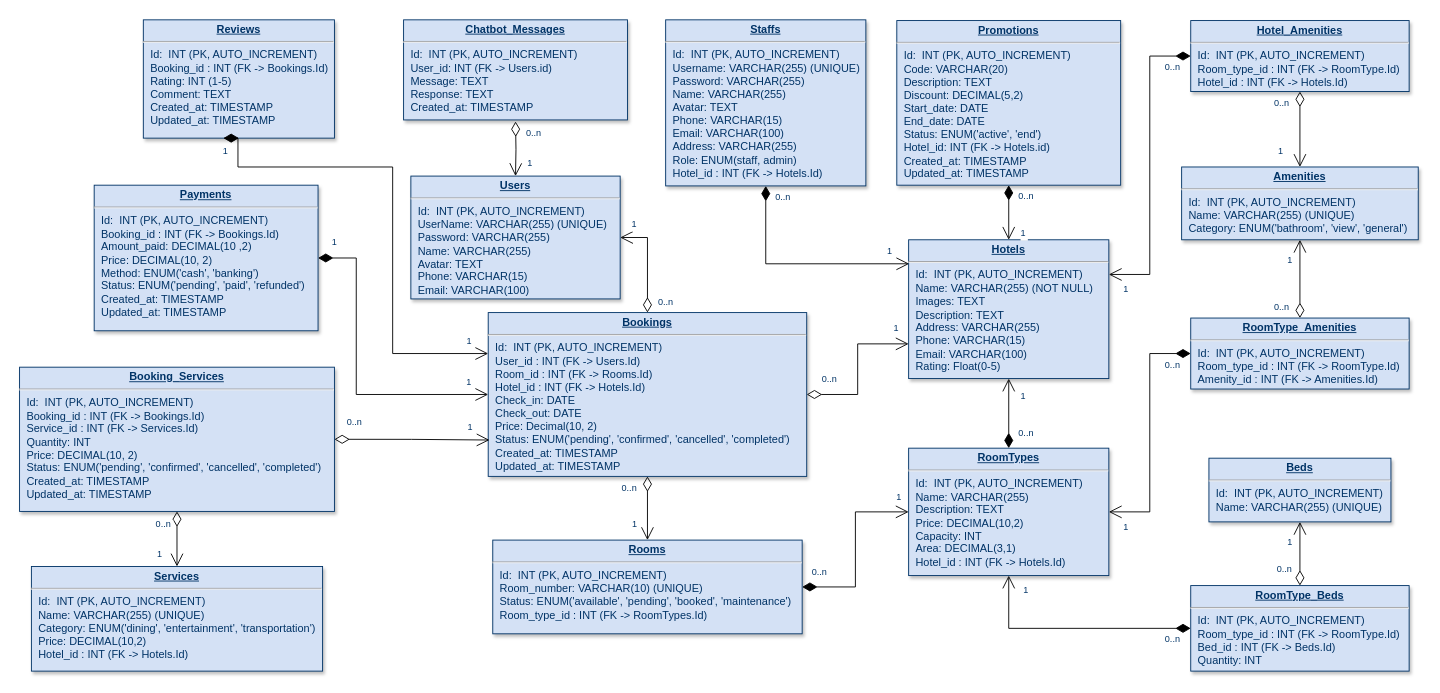
Before: documents/Database.drawio in Kuwado/Do_An, a draw.io diagram. Source tidied: cells renumbered, new cells numbered last; positions are measured from the earlier drawing's top-left corner, leaving out a move shared by most shapes. Both pictures are drawn from the tidied source at 91%, with x=0, y=0 at pixel (19, 19).
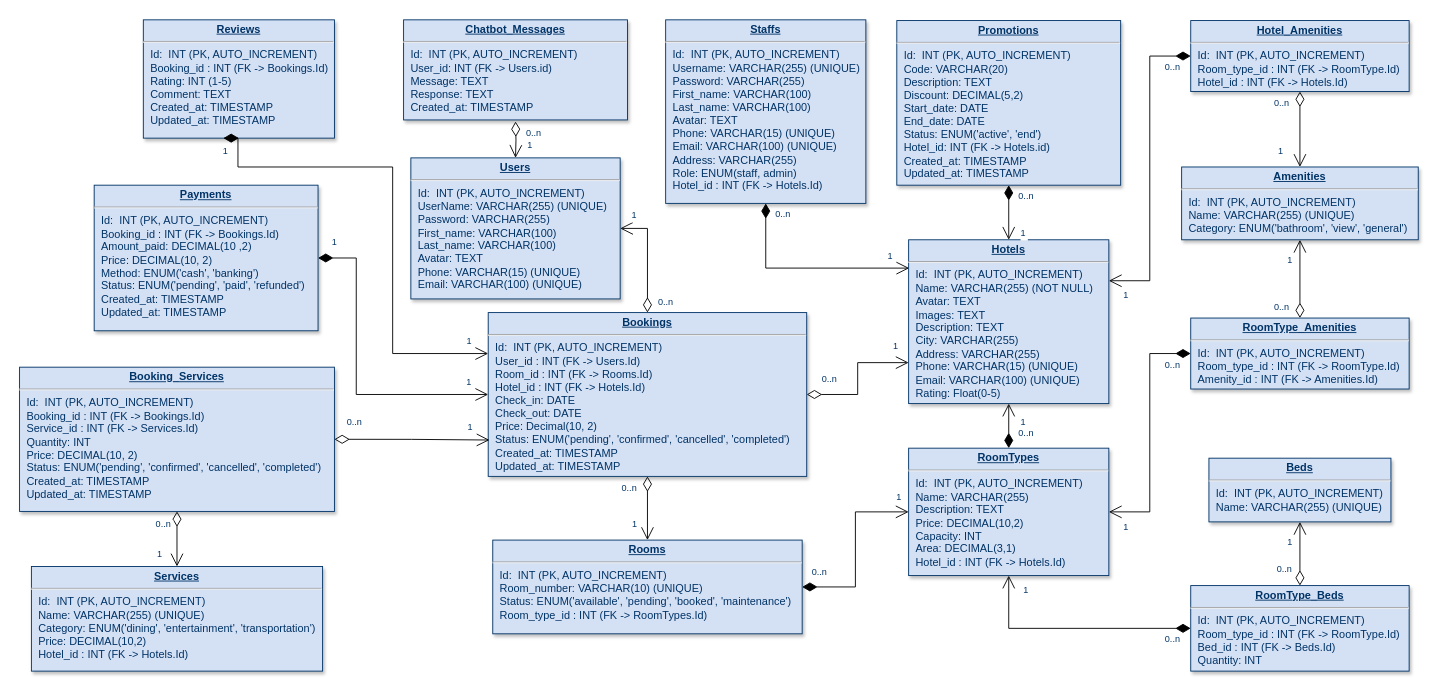
Above is the later version.

What changed in the source:
```diff
@@
-    <mxCell id="5" value="&lt;p style=&quot;margin: 0px; margin-top: 4px; text-align: center; text-decoration: underline;&quot;&gt;&lt;b&gt;Hotels&lt;/b&gt;&lt;/p&gt;&lt;hr&gt;&lt;p style=&quot;margin: 0px; margin-left: 8px;&quot;&gt;Id:&amp;nbsp;&amp;nbsp;INT (PK, AUTO_INCREMENT)&lt;br&gt;Name:&amp;nbsp;VARCHAR(255) (NOT NULL)&lt;/p&gt;&lt;p style=&quot;margin: 0px; margin-left: 8px;&quot;&gt;Images: TEXT&lt;/p&gt;&lt;p style=&quot;margin: 0px; margin-left: 8px;&quot;&gt;Description: TEXT&lt;/p&gt;&lt;p style=&quot;margin: 0px; margin-left: 8px;&quot;&gt;Address: VARCHAR(255)&lt;/p&gt;&lt;p style=&quot;margin: 0px; margin-left: 8px;&quot;&gt;Phone: VARCHAR(15)&lt;/p&gt;&lt;p style=&quot;margin: 0px; margin-left: 8px;&quot;&gt;Email: VARCHAR(100)&lt;/p&gt;&lt;p style=&quot;margin: 0px; margin-left: 8px;&quot;&gt;Rating: Float(0-5)&lt;/p&gt;&lt;p style=&quot;margin: 0px; margin-left: 8px;&quot;&gt;&lt;br&gt;&lt;/p&gt;" style="verticalAlign=top;align=left;overflow=fill;fontSize=12;fontFamily=Helvetica;html=1;strokeColor=#003366;shadow=1;fillColor=#D4E1F5;fontColor=#003366;" parent="1" vertex="1">
-      <mxGeometry x="977" y="242" width="220" height="152.5" as="geometry" />
+    <mxCell id="5" value="&lt;p style=&quot;margin: 0px; margin-top: 4px; text-align: center; text-decoration: underline;&quot;&gt;&lt;b&gt;Hotels&lt;/b&gt;&lt;/p&gt;&lt;hr&gt;&lt;p style=&quot;margin: 0px; margin-left: 8px;&quot;&gt;Id:&amp;nbsp;&amp;nbsp;INT (PK, AUTO_INCREMENT)&lt;br&gt;Name:&amp;nbsp;VARCHAR(255) (NOT NULL)&lt;/p&gt;&lt;p style=&quot;margin: 0px; margin-left: 8px;&quot;&gt;Avatar: TEXT&lt;/p&gt;&lt;p style=&quot;margin: 0px; margin-left: 8px;&quot;&gt;Images: TEXT&lt;/p&gt;&lt;p style=&quot;margin: 0px; margin-left: 8px;&quot;&gt;Description: TEXT&lt;/p&gt;&lt;p style=&quot;margin: 0px; margin-left: 8px;&quot;&gt;City: VARCHAR(255)&lt;/p&gt;&lt;p style=&quot;margin: 0px 0px 0px 8px;&quot;&gt;Address: VARCHAR(255)&lt;/p&gt;&lt;p style=&quot;margin: 0px; margin-left: 8px;&quot;&gt;Phone: VARCHAR(15) (UNIQUE)&lt;/p&gt;&lt;p style=&quot;margin: 0px; margin-left: 8px;&quot;&gt;Email: VARCHAR(100)&lt;span style=&quot;background-color: transparent; color: light-dark(rgb(0, 51, 102), rgb(161, 205, 249));&quot;&gt;&amp;nbsp;&lt;/span&gt;&lt;span style=&quot;background-color: transparent; color: light-dark(rgb(0, 51, 102), rgb(161, 205, 249));&quot;&gt;(UNIQUE)&lt;/span&gt;&lt;/p&gt;&lt;p style=&quot;margin: 0px; margin-left: 8px;&quot;&gt;Rating: Float(0-5)&lt;/p&gt;&lt;p style=&quot;margin: 0px; margin-left: 8px;&quot;&gt;&lt;br&gt;&lt;/p&gt;" style="verticalAlign=top;align=left;overflow=fill;fontSize=12;fontFamily=Helvetica;html=1;strokeColor=#003366;shadow=1;fillColor=#D4E1F5;fontColor=#003366;" parent="1" vertex="1">
+      <mxGeometry x="977" y="242" width="220" height="180" as="geometry" />
     </mxCell>
-    <mxCell id="6" value="&lt;p style=&quot;margin: 0px; margin-top: 4px; text-align: center; text-decoration: underline;&quot;&gt;&lt;b&gt;Users&lt;/b&gt;&lt;/p&gt;&lt;hr&gt;&lt;p style=&quot;margin: 0px; margin-left: 8px;&quot;&gt;Id:&amp;nbsp;&amp;nbsp;INT (PK, AUTO_INCREMENT)&lt;br&gt;UserName:&amp;nbsp;VARCHAR(255) (UNIQUE)&lt;/p&gt;&lt;p style=&quot;margin: 0px; margin-left: 8px;&quot;&gt;Password:&amp;nbsp;VARCHAR(255)&lt;/p&gt;&lt;p style=&quot;margin: 0px; margin-left: 8px;&quot;&gt;Name:&amp;nbsp;VARCHAR(255)&lt;/p&gt;&lt;p style=&quot;margin: 0px; margin-left: 8px;&quot;&gt;Avatar: TEXT&lt;/p&gt;&lt;p style=&quot;margin: 0px; margin-left: 8px;&quot;&gt;Phone: VARCHAR(15)&lt;/p&gt;&lt;p style=&quot;margin: 0px; margin-left: 8px;&quot;&gt;Email: VARCHAR(100)&lt;/p&gt;&lt;p style=&quot;margin: 0px; margin-left: 8px;&quot;&gt;&lt;br&gt;&lt;/p&gt;&lt;p style=&quot;margin: 0px; margin-left: 8px;&quot;&gt;&lt;br&gt;&lt;/p&gt;" style="verticalAlign=top;align=left;overflow=fill;fontSize=12;fontFamily=Helvetica;html=1;strokeColor=#003366;shadow=1;fillColor=#D4E1F5;fontColor=#003366;" parent="1" vertex="1">
-      <mxGeometry x="430" y="172" width="230" height="135" as="geometry" />
+    <mxCell id="6" value="&lt;p style=&quot;margin: 0px; margin-top: 4px; text-align: center; text-decoration: underline;&quot;&gt;&lt;b&gt;Users&lt;/b&gt;&lt;/p&gt;&lt;hr&gt;&lt;p style=&quot;margin: 0px; margin-left: 8px;&quot;&gt;Id:&amp;nbsp;&amp;nbsp;INT (PK, AUTO_INCREMENT)&lt;br&gt;UserName:&amp;nbsp;VARCHAR(255) (UNIQUE)&lt;/p&gt;&lt;p style=&quot;margin: 0px; margin-left: 8px;&quot;&gt;Password:&amp;nbsp;VARCHAR(255)&lt;/p&gt;&lt;p style=&quot;margin: 0px; margin-left: 8px;&quot;&gt;First_name:&amp;nbsp;VARCHAR(100)&lt;/p&gt;&lt;p style=&quot;margin: 0px 0px 0px 8px;&quot;&gt;Last_name:&amp;nbsp;VARCHAR(100)&lt;/p&gt;&lt;p style=&quot;margin: 0px; margin-left: 8px;&quot;&gt;Avatar: TEXT&lt;/p&gt;&lt;p style=&quot;margin: 0px; margin-left: 8px;&quot;&gt;Phone: VARCHAR(15)&amp;nbsp;&lt;span style=&quot;background-color: transparent; color: light-dark(rgb(0, 51, 102), rgb(161, 205, 249));&quot;&gt;(UNIQUE)&lt;/span&gt;&lt;/p&gt;&lt;p style=&quot;margin: 0px; margin-left: 8px;&quot;&gt;Email: VARCHAR(100)&amp;nbsp;&lt;span style=&quot;background-color: transparent; color: light-dark(rgb(0, 51, 102), rgb(161, 205, 249));&quot;&gt;(UNIQUE)&lt;/span&gt;&lt;/p&gt;" style="verticalAlign=top;align=left;overflow=fill;fontSize=12;fontFamily=Helvetica;html=1;strokeColor=#003366;shadow=1;fillColor=#D4E1F5;fontColor=#003366;" parent="1" vertex="1">
+      <mxGeometry x="430" y="152" width="230" height="155" as="geometry" />
     </mxCell>
-    <mxCell id="7" value="&lt;p style=&quot;margin: 0px; margin-top: 4px; text-align: center; text-decoration: underline;&quot;&gt;&lt;b&gt;Staffs&lt;/b&gt;&lt;/p&gt;&lt;hr&gt;&lt;p style=&quot;margin: 0px; margin-left: 8px;&quot;&gt;Id:&amp;nbsp;&amp;nbsp;INT (PK, AUTO_INCREMENT)&lt;br&gt;Username:&amp;nbsp;VARCHAR(255) (UNIQUE)&lt;/p&gt;&lt;p style=&quot;margin: 0px; margin-left: 8px;&quot;&gt;Password:&amp;nbsp;VARCHAR(255)&lt;/p&gt;&lt;p style=&quot;margin: 0px; margin-left: 8px;&quot;&gt;Name:&amp;nbsp;VARCHAR(255)&lt;/p&gt;&lt;p style=&quot;margin: 0px; margin-left: 8px;&quot;&gt;Avatar: TEXT&lt;/p&gt;&lt;p style=&quot;margin: 0px; margin-left: 8px;&quot;&gt;Phone: VARCHAR(15)&lt;/p&gt;&lt;p style=&quot;margin: 0px; margin-left: 8px;&quot;&gt;Email: VARCHAR(100)&lt;/p&gt;&lt;p style=&quot;margin: 0px; margin-left: 8px;&quot;&gt;Address: VARCHAR(255)&lt;/p&gt;&lt;p style=&quot;margin: 0px; margin-left: 8px;&quot;&gt;Role: ENUM(staff, admin)&lt;/p&gt;&lt;p style=&quot;margin: 0px 0px 0px 8px;&quot;&gt;Hotel_id :&amp;nbsp;INT (FK -&amp;gt; Hotels.Id)&lt;/p&gt;&lt;p style=&quot;margin: 0px; margin-left: 8px;&quot;&gt;&lt;br&gt;&lt;/p&gt;&lt;p style=&quot;margin: 0px; margin-left: 8px;&quot;&gt;&lt;br&gt;&lt;/p&gt;" style="verticalAlign=top;align=left;overflow=fill;fontSize=12;fontFamily=Helvetica;html=1;strokeColor=#003366;shadow=1;fillColor=#D4E1F5;fontColor=#003366;" parent="1" vertex="1">
-      <mxGeometry x="710" y="0.3" width="220" height="182.5" as="geometry" />
+    <mxCell id="7" value="&lt;p style=&quot;margin: 0px; margin-top: 4px; text-align: center; text-decoration: underline;&quot;&gt;&lt;b&gt;Staffs&lt;/b&gt;&lt;/p&gt;&lt;hr&gt;&lt;p style=&quot;margin: 0px; margin-left: 8px;&quot;&gt;Id:&amp;nbsp;&amp;nbsp;INT (PK, AUTO_INCREMENT)&lt;br&gt;Username:&amp;nbsp;VARCHAR(255) (UNIQUE)&lt;/p&gt;&lt;p style=&quot;margin: 0px; margin-left: 8px;&quot;&gt;Password:&amp;nbsp;VARCHAR(255)&lt;/p&gt;&lt;p style=&quot;margin: 0px 0px 0px 8px;&quot;&gt;First_name:&amp;nbsp;VARCHAR(100)&lt;/p&gt;&lt;p style=&quot;margin: 0px; margin-left: 8px;&quot;&gt;&lt;span style=&quot;background-color: transparent; color: light-dark(rgb(0, 51, 102), rgb(161, 205, 249));&quot;&gt;Last_name:&amp;nbsp;VARCHAR(100)&lt;/span&gt;&lt;/p&gt;&lt;p style=&quot;margin: 0px; margin-left: 8px;&quot;&gt;&lt;span style=&quot;background-color: transparent; color: light-dark(rgb(0, 51, 102), rgb(161, 205, 249));&quot;&gt;Avatar: TEXT&lt;/span&gt;&lt;/p&gt;&lt;p style=&quot;margin: 0px; margin-left: 8px;&quot;&gt;Phone: VARCHAR(15)&amp;nbsp;&lt;span style=&quot;background-color: transparent; color: light-dark(rgb(0, 51, 102), rgb(161, 205, 249));&quot;&gt;(UNIQUE)&lt;/span&gt;&lt;/p&gt;&lt;p style=&quot;margin: 0px; margin-left: 8px;&quot;&gt;Email: VARCHAR(100)&amp;nbsp;&lt;span style=&quot;background-color: transparent; color: light-dark(rgb(0, 51, 102), rgb(161, 205, 249));&quot;&gt;(UNIQUE)&lt;/span&gt;&lt;/p&gt;&lt;p style=&quot;margin: 0px; margin-left: 8px;&quot;&gt;Address: VARCHAR(255)&lt;/p&gt;&lt;p style=&quot;margin: 0px; margin-left: 8px;&quot;&gt;Role: ENUM(staff, admin)&lt;/p&gt;&lt;p style=&quot;margin: 0px 0px 0px 8px;&quot;&gt;Hotel_id :&amp;nbsp;INT (FK -&amp;gt; Hotels.Id)&lt;/p&gt;&lt;p style=&quot;margin: 0px; margin-left: 8px;&quot;&gt;&lt;br&gt;&lt;/p&gt;&lt;p style=&quot;margin: 0px; margin-left: 8px;&quot;&gt;&lt;br&gt;&lt;/p&gt;" style="verticalAlign=top;align=left;overflow=fill;fontSize=12;fontFamily=Helvetica;html=1;strokeColor=#003366;shadow=1;fillColor=#D4E1F5;fontColor=#003366;" parent="1" vertex="1">
+      <mxGeometry x="710" y="0.3" width="220" height="201.7" as="geometry" />
     </mxCell>
```
